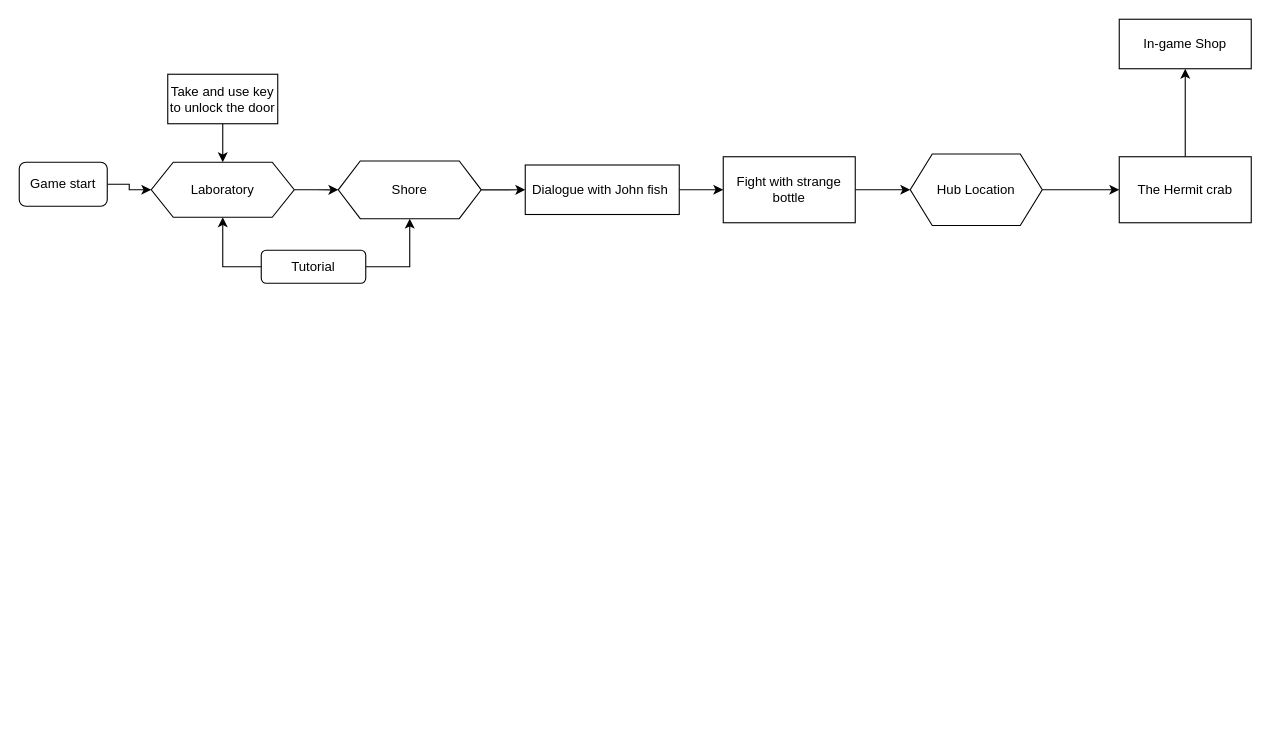
Ktoto198/N keeps this draw.io diagram as Huj znaet/Untitled Diagram.drawio. Above is the earlier version. Source tidied: cells renumbered, new cells numbered last; positions are measured from the earlier drawing's top-left corner, leaving out a move shared by most shapes. Both pictures are drawn from the tidied source at 110%, with x=0, y=0 at pixel (19, 19).
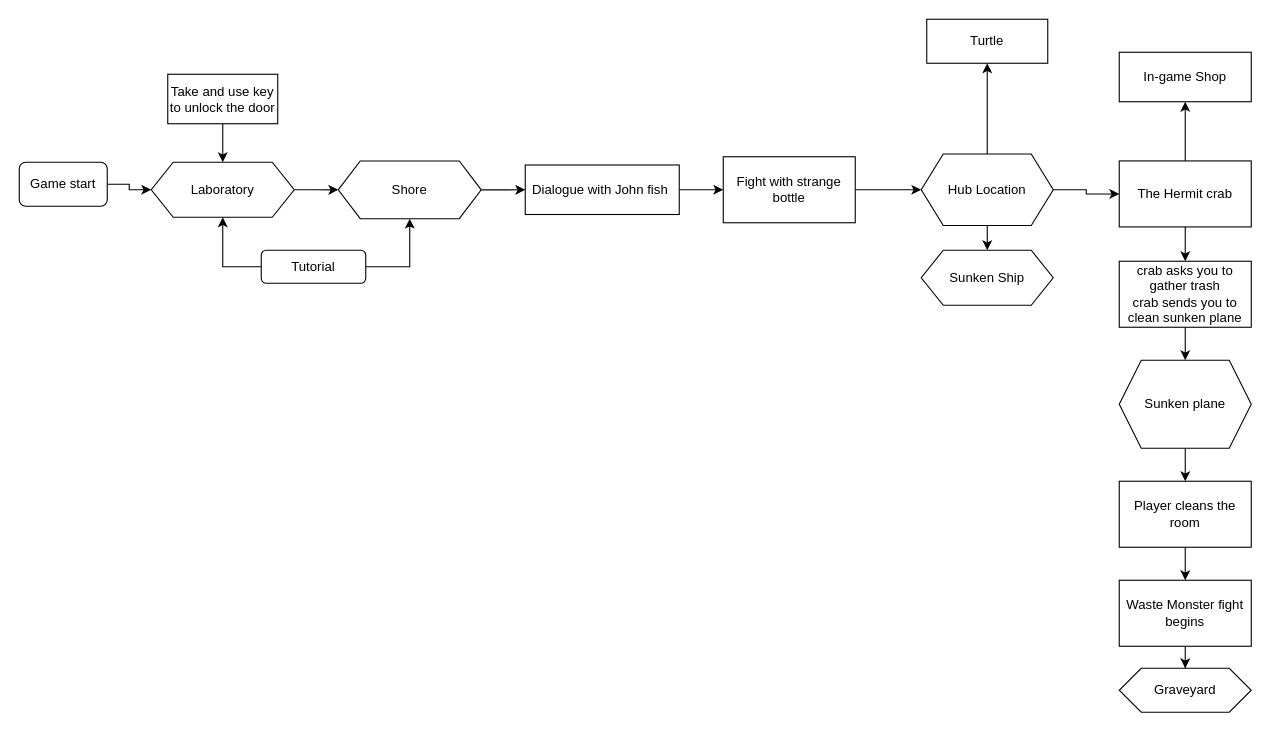
The same page after the edit.

Commit message:
Game flow diagramm

What changed in the source:
```diff
@@
+    <mxCell id="22" style="edgeStyle=orthogonalEdgeStyle;rounded=0;jettySize=auto;html=1;" parent="1" edge="1" source="18" target="25">
+      <mxGeometry relative="1" as="geometry" />
+    </mxCell>
+    <mxCell id="23" style="edgeStyle=orthogonalEdgeStyle;rounded=0;jettySize=auto;html=1;" parent="1" edge="1" source="18" target="35">
+      <mxGeometry relative="1" as="geometry" />
+    </mxCell>
     <mxCell id="18" value="Hub Location" style="shape=hexagon;perimeter=hexagonPerimeter2;whiteSpace=wrap;html=1;fixedSize=1;rounded=0;" parent="1" vertex="1">
-      <mxGeometry x="810" y="122.5" width="120" height="65" as="geometry" />
+      <mxGeometry x="820" y="122.5" width="120" height="65" as="geometry" />
     </mxCell>
@@
+    <mxCell id="24" style="edgeStyle=orthogonalEdgeStyle;rounded=0;jettySize=auto;html=1;" parent="1" edge="1" source="20" target="29">
+      <mxGeometry relative="1" as="geometry" />
+    </mxCell>
     <mxCell id="20" value="The Hermit crab" style="whiteSpace=wrap;html=1;rounded=0;" parent="1" vertex="1">
-      <mxGeometry x="1000" y="125" width="120" height="60" as="geometry" />
+      <mxGeometry x="1000" y="128.8" width="120" height="60" as="geometry" />
     </mxCell>
     <mxCell id="21" value="In-game Shop" style="whiteSpace=wrap;html=1;rounded=0;" parent="1" vertex="1">
-      <mxGeometry x="1000" width="120" height="45" as="geometry" />
+      <mxGeometry x="1000" y="30" width="120" height="45" as="geometry" />
     </mxCell>
+    <mxCell id="25" value="Turtle" style="whiteSpace=wrap;html=1;rounded=0;" parent="1" vertex="1">
+      <mxGeometry x="825" width="110" height="40" as="geometry" />
+    </mxCell>
+    <mxCell id="26" style="edgeStyle=orthogonalEdgeStyle;rounded=0;jettySize=auto;html=1;" parent="1" edge="1" source="27" target="31">
+      <mxGeometry relative="1" as="geometry" />
+    </mxCell>
+    <mxCell id="27" value="Sunken plane" style="shape=hexagon;perimeter=hexagonPerimeter2;whiteSpace=wrap;html=1;fixedSize=1;rounded=0;" parent="1" vertex="1">
+      <mxGeometry x="1000" y="310" width="120" height="80" as="geometry" />
+    </mxCell>
+    <mxCell id="28" style="edgeStyle=orthogonalEdgeStyle;rounded=0;jettySize=auto;html=1;" parent="1" edge="1" source="29" target="27">
+      <mxGeometry relative="1" as="geometry" />
+    </mxCell>
+    <mxCell id="29" value="crab asks you to gather trash&lt;div&gt;crab sends you to clean sunken plane&lt;/div&gt;" style="whiteSpace=wrap;html=1;rounded=0;" parent="1" vertex="1">
+      <mxGeometry x="1000" y="220" width="120" height="60" as="geometry" />
+    </mxCell>
+    <mxCell id="30" style="edgeStyle=orthogonalEdgeStyle;rounded=0;jettySize=auto;html=1;" parent="1" edge="1" source="31" target="33">
+      <mxGeometry relative="1" as="geometry" />
+    </mxCell>
+    <mxCell id="31" value="Player cleans the room" style="whiteSpace=wrap;html=1;rounded=0;" parent="1" vertex="1">
+      <mxGeometry x="1000" y="420" width="120" height="60" as="geometry" />
+    </mxCell>
+    <mxCell id="32" style="edgeStyle=orthogonalEdgeStyle;rounded=0;jettySize=auto;html=1;" parent="1" edge="1" source="33" target="34">
+      <mxGeometry relative="1" as="geometry" />
+    </mxCell>
+    <mxCell id="33" value="Waste Monster fight begins" style="whiteSpace=wrap;html=1;rounded=0;" parent="1" vertex="1">
+      <mxGeometry x="1000" y="510" width="120" height="60" as="geometry" />
+    </mxCell>
+    <mxCell id="34" value="Graveyard" style="shape=hexagon;perimeter=hexagonPerimeter2;whiteSpace=wrap;html=1;fixedSize=1;rounded=0;" parent="1" vertex="1">
+      <mxGeometry x="1000" y="590" width="120" height="40" as="geometry" />
+    </mxCell>
+    <mxCell id="35" value="Sunken Ship" style="shape=hexagon;perimeter=hexagonPerimeter2;whiteSpace=wrap;html=1;fixedSize=1;rounded=0;" parent="1" vertex="1">
+      <mxGeometry x="820" y="210" width="120" height="50" as="geometry" />
+    </mxCell>
```
